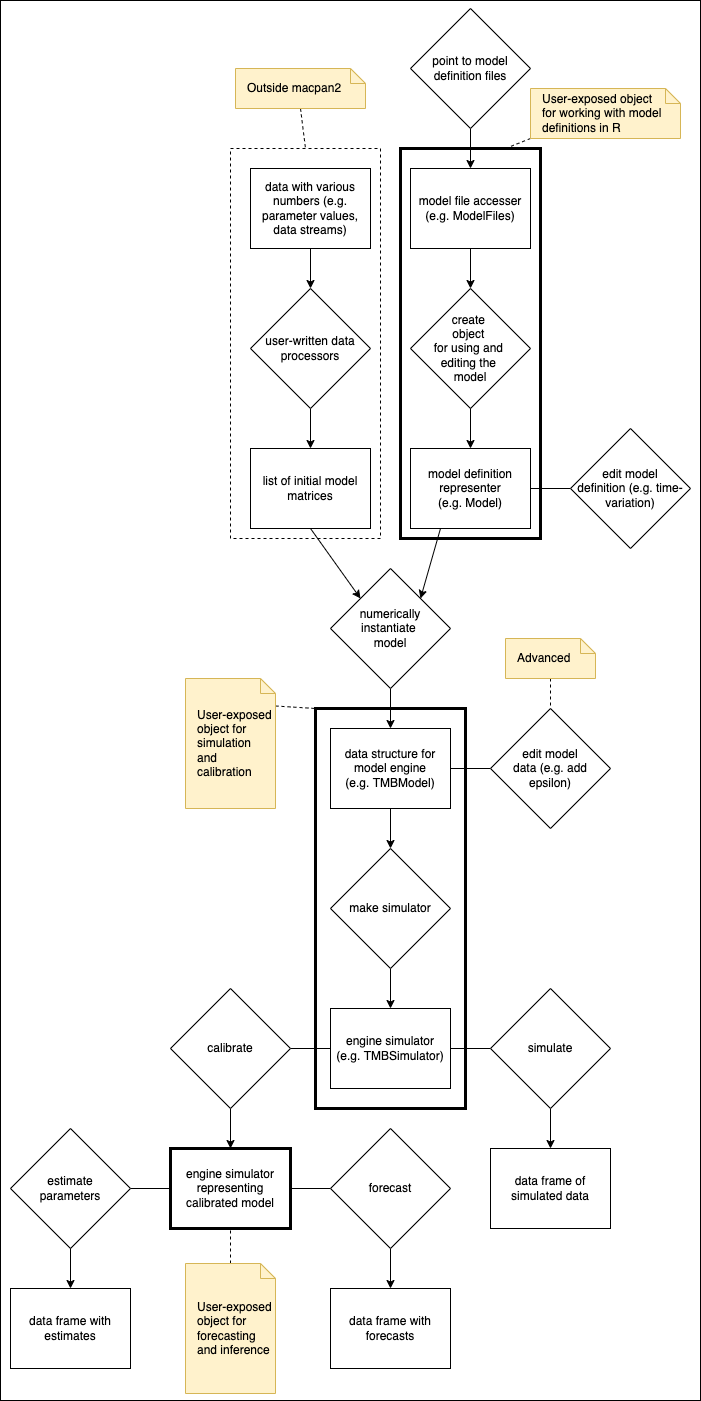
Above: misc/diagrams/object_dependencies.png in canmod/macpan2 (draw.io), before the change. Source tidied: cells renumbered, new cells last; positions are measured from the earlier drawing's top-left corner, leaving out a move shared by most shapes.
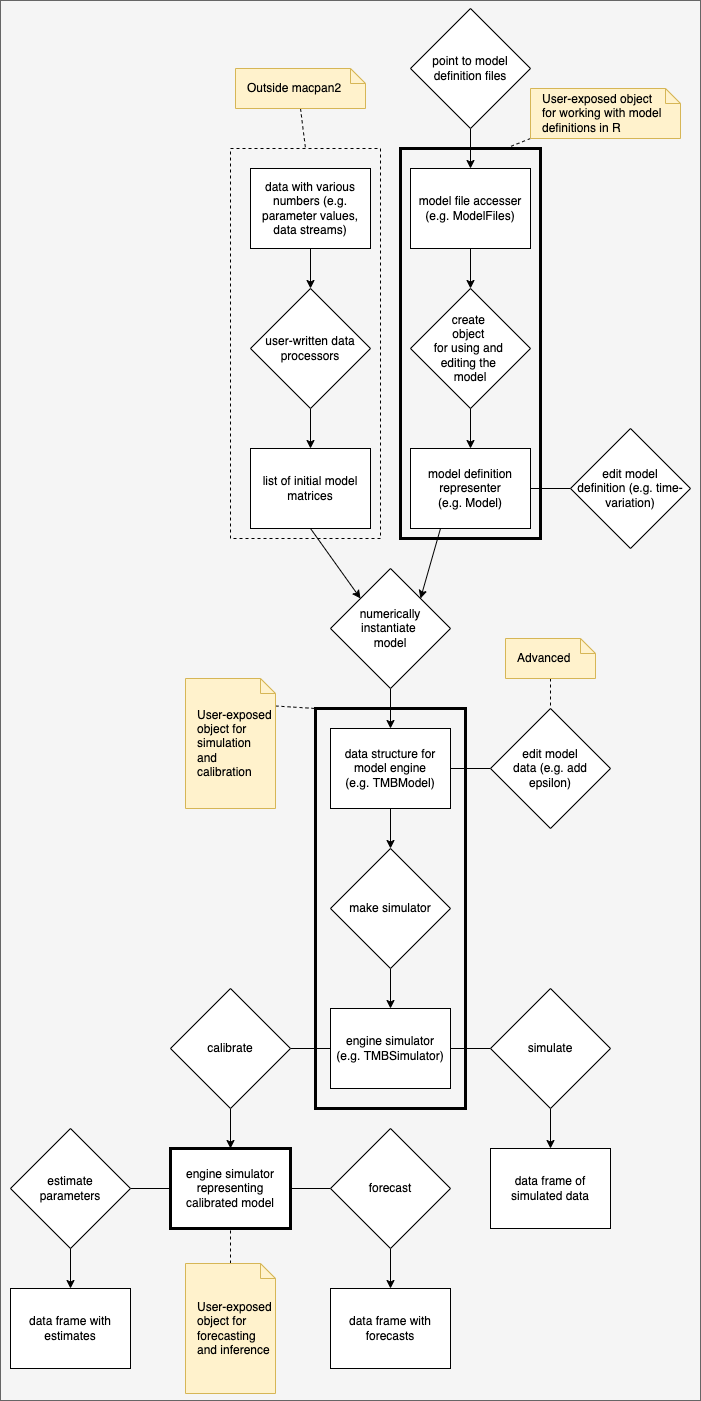
After the change.

Commit message:
background colour [skip ci]

Diff of the diagram source:
```diff
@@ -2,7 +2,7 @@
   <root>
     <mxCell id="0" />
     <mxCell id="1" parent="0" />
-    <mxCell id="2" style="rounded=0;whiteSpace=wrap;html=1;" parent="1" vertex="1">
+    <mxCell id="2" style="rounded=0;whiteSpace=wrap;html=1;fillStyle=solid;fillColor=#f5f5f5;fontColor=#333333;strokeColor=#666666;" parent="1" vertex="1">
       <mxGeometry width="700" height="1400" as="geometry" />
     </mxCell>
     <mxCell id="3" style="rounded=0;whiteSpace=wrap;html=1;fillColor=none;dashed=1;" parent="1" vertex="1">
```
